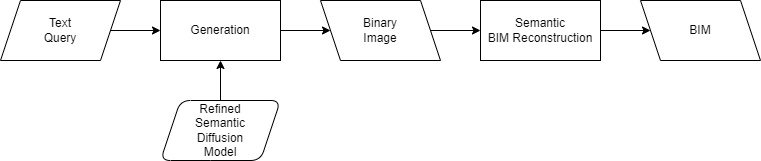
Earlier version of the draw.io export images/semantic_binary_model_gen.drawio.png (AI4SC/bim-diffusion-models). Source tidied: cells renumbered, new cells last; positions are measured from the earlier drawing's top-left corner, leaving out a move shared by most shapes. Source of this version:
```xml
<mxGraphModel>
  <root>
    <mxCell id="0" />
    <mxCell id="1" parent="0" />
    <mxCell id="2" style="edgeStyle=none;html=1;exitX=1;exitY=0.5;exitDx=0;exitDy=0;entryX=0;entryY=0.5;entryDx=0;entryDy=0;" parent="1" edge="1" source="3" target="5">
      <mxGeometry relative="1" as="geometry" />
    </mxCell>
    <mxCell id="3" value="Text&lt;br&gt;Query" style="shape=parallelogram;perimeter=parallelogramPerimeter;whiteSpace=wrap;html=1;fixedSize=1;" parent="1" vertex="1">
      <mxGeometry width="120" height="60" as="geometry" />
    </mxCell>
    <mxCell id="4" value="Binary&lt;br&gt;Image" style="shape=parallelogram;perimeter=parallelogramPerimeter;whiteSpace=wrap;html=1;fixedSize=1;flipH=1;" parent="1" vertex="1">
      <mxGeometry x="320" width="120" height="60" as="geometry" />
    </mxCell>
    <mxCell id="5" value="Generation" style="rounded=0;whiteSpace=wrap;html=1;" parent="1" vertex="1">
      <mxGeometry x="160" width="120" height="60" as="geometry" />
    </mxCell>
    <mxCell id="6" value="BIM" style="shape=parallelogram;perimeter=parallelogramPerimeter;whiteSpace=wrap;html=1;fixedSize=1;flipH=1;" parent="1" vertex="1">
      <mxGeometry x="640" width="120" height="60" as="geometry" />
    </mxCell>
    <mxCell id="7" value="&lt;span style=&quot;border-color: var(--border-color); font-size: calc(var(--scale-factor)*18px); left: calc(var(--scale-factor)*93.98px); top: calc(var(--scale-factor)*114.4px); font-family: sans-serif; transform: scaleX(0.978809);&quot; dir=&quot;ltr&quot; role=&quot;presentation&quot;&gt;Semantic&lt;br&gt;BIM&lt;/span&gt;&lt;span style=&quot;border-color: var(--border-color); font-size: calc(var(--scale-factor)*18px); left: calc(var(--scale-factor)*405.35px); top: calc(var(--scale-factor)*114.4px); font-family: sans-serif;&quot; dir=&quot;ltr&quot; role=&quot;presentation&quot;&gt;&amp;nbsp;&lt;/span&gt;&lt;span style=&quot;border-color: var(--border-color); font-size: calc(var(--scale-factor)*18px); left: calc(var(--scale-factor)*410.14px); top: calc(var(--scale-factor)*114.4px); font-family: sans-serif; transform: scaleX(1.01232);&quot; dir=&quot;ltr&quot; role=&quot;presentation&quot;&gt;Reconstruction&lt;/span&gt;" style="rounded=0;whiteSpace=wrap;html=1;" parent="1" vertex="1">
      <mxGeometry x="480" width="120" height="60" as="geometry" />
    </mxCell>
    <mxCell id="8" style="endArrow=classic;html=1;exitX=1;exitY=0.5;exitDx=0;exitDy=0;entryX=0;entryY=0.5;entryDx=0;entryDy=0;" parent="1" edge="1" source="4" target="7">
      <mxGeometry relative="1" as="geometry" />
    </mxCell>
    <mxCell id="9" style="endArrow=classic;html=1;exitX=1;exitY=0.5;exitDx=0;exitDy=0;entryX=0;entryY=0.5;entryDx=0;entryDy=0;" parent="1" edge="1" source="5" target="4">
      <mxGeometry relative="1" as="geometry" />
    </mxCell>
    <mxCell id="10" style="endArrow=classic;html=1;exitX=1;exitY=0.5;exitDx=0;exitDy=0;entryX=0;entryY=0.5;entryDx=0;entryDy=0;" parent="1" edge="1" source="7" target="6">
      <mxGeometry relative="1" as="geometry" />
    </mxCell>
    <mxCell id="11" value="Refined&lt;br style=&quot;border-color: var(--border-color);&quot;&gt;Semantic&lt;br style=&quot;border-color: var(--border-color);&quot;&gt;Diffusion&lt;br style=&quot;border-color: var(--border-color);&quot;&gt;Model" style="shape=parallelogram;perimeter=parallelogramPerimeter;whiteSpace=wrap;html=1;fixedSize=1;flipH=0;rounded=1;" parent="1" vertex="1">
      <mxGeometry x="160" y="100" width="120" height="60" as="geometry" />
    </mxCell>
    <mxCell id="12" style="endArrow=classic;html=1;exitX=0.5;exitY=0;exitDx=0;exitDy=0;entryX=0.5;entryY=1;entryDx=0;entryDy=0;" parent="1" edge="1" source="11" target="5">
      <mxGeometry relative="1" as="geometry" />
    </mxCell>
  </root>
</mxGraphModel>
```
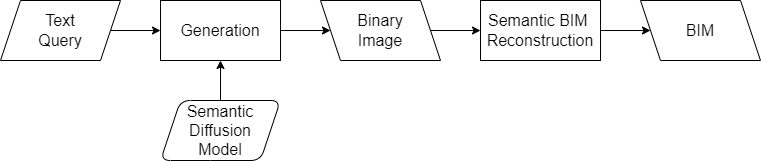
After the commit.

What changed in the source:
```diff
@@ -2,37 +2,37 @@
   <root>
     <mxCell id="0" />
     <mxCell id="1" parent="0" />
-    <mxCell id="2" style="edgeStyle=none;html=1;exitX=1;exitY=0.5;exitDx=0;exitDy=0;entryX=0;entryY=0.5;entryDx=0;entryDy=0;" parent="1" edge="1" source="3" target="5">
+    <mxCell id="2" style="edgeStyle=none;html=1;exitX=1;exitY=0.5;exitDx=0;exitDy=0;entryX=0;entryY=0.5;entryDx=0;entryDy=0;fontSize=16;" parent="1" edge="1" source="3" target="5">
       <mxGeometry relative="1" as="geometry" />
     </mxCell>
-    <mxCell id="3" value="Text&lt;br&gt;Query" style="shape=parallelogram;perimeter=parallelogramPerimeter;whiteSpace=wrap;html=1;fixedSize=1;" parent="1" vertex="1">
+    <mxCell id="3" value="Text&lt;br style=&quot;font-size: 16px;&quot;&gt;Query" style="shape=parallelogram;perimeter=parallelogramPerimeter;whiteSpace=wrap;html=1;fixedSize=1;fontSize=16;" parent="1" vertex="1">
       <mxGeometry width="120" height="60" as="geometry" />
     </mxCell>
-    <mxCell id="4" value="Binary&lt;br&gt;Image" style="shape=parallelogram;perimeter=parallelogramPerimeter;whiteSpace=wrap;html=1;fixedSize=1;flipH=1;" parent="1" vertex="1">
+    <mxCell id="4" value="Binary&lt;br style=&quot;font-size: 16px;&quot;&gt;Image" style="shape=parallelogram;perimeter=parallelogramPerimeter;whiteSpace=wrap;html=1;fixedSize=1;flipH=1;fontSize=16;" parent="1" vertex="1">
       <mxGeometry x="320" width="120" height="60" as="geometry" />
     </mxCell>
-    <mxCell id="5" value="Generation" style="rounded=0;whiteSpace=wrap;html=1;" parent="1" vertex="1">
+    <mxCell id="5" value="Generation" style="rounded=0;whiteSpace=wrap;html=1;fontSize=16;" parent="1" vertex="1">
       <mxGeometry x="160" width="120" height="60" as="geometry" />
     </mxCell>
-    <mxCell id="6" value="BIM" style="shape=parallelogram;perimeter=parallelogramPerimeter;whiteSpace=wrap;html=1;fixedSize=1;flipH=1;" parent="1" vertex="1">
+    <mxCell id="6" value="BIM" style="shape=parallelogram;perimeter=parallelogramPerimeter;whiteSpace=wrap;html=1;fixedSize=1;flipH=1;fontSize=16;" parent="1" vertex="1">
       <mxGeometry x="640" width="120" height="60" as="geometry" />
     </mxCell>
-    <mxCell id="7" value="&lt;span style=&quot;border-color: var(--border-color); font-size: calc(var(--scale-factor)*18px); left: calc(var(--scale-factor)*93.98px); top: calc(var(--scale-factor)*114.4px); font-family: sans-serif; transform: scaleX(0.978809);&quot; dir=&quot;ltr&quot; role=&quot;presentation&quot;&gt;Semantic&lt;br&gt;BIM&lt;/span&gt;&lt;span style=&quot;border-color: var(--border-color); font-size: calc(var(--scale-factor)*18px); left: calc(var(--scale-factor)*405.35px); top: calc(var(--scale-factor)*114.4px); font-family: sans-serif;&quot; dir=&quot;ltr&quot; role=&quot;presentation&quot;&gt;&amp;nbsp;&lt;/span&gt;&lt;span style=&quot;border-color: var(--border-color); font-size: calc(var(--scale-factor)*18px); left: calc(var(--scale-factor)*410.14px); top: calc(var(--scale-factor)*114.4px); font-family: sans-serif; transform: scaleX(1.01232);&quot; dir=&quot;ltr&quot; role=&quot;presentation&quot;&gt;Reconstruction&lt;/span&gt;" style="rounded=0;whiteSpace=wrap;html=1;" parent="1" vertex="1">
+    <mxCell id="7" value="&lt;span style=&quot;border-color: var(--border-color); font-size: 16px; left: calc(var(--scale-factor)*93.98px); top: calc(var(--scale-factor)*114.4px); font-family: sans-serif; transform: scaleX(0.978809);&quot; dir=&quot;ltr&quot; role=&quot;presentation&quot;&gt;Semantic BIM&lt;/span&gt;&lt;span style=&quot;border-color: var(--border-color); font-size: 16px; left: calc(var(--scale-factor)*405.35px); top: calc(var(--scale-factor)*114.4px); font-family: sans-serif;&quot; dir=&quot;ltr&quot; role=&quot;presentation&quot;&gt;&amp;nbsp;&lt;br&gt;&lt;/span&gt;&lt;span style=&quot;border-color: var(--border-color); font-size: 16px; left: calc(var(--scale-factor)*410.14px); top: calc(var(--scale-factor)*114.4px); font-family: sans-serif; transform: scaleX(1.01232);&quot; dir=&quot;ltr&quot; role=&quot;presentation&quot;&gt;Reconstruction&lt;/span&gt;" style="rounded=0;whiteSpace=wrap;html=1;fontSize=16;" parent="1" vertex="1">
       <mxGeometry x="480" width="120" height="60" as="geometry" />
     </mxCell>
-    <mxCell id="8" style="endArrow=classic;html=1;exitX=1;exitY=0.5;exitDx=0;exitDy=0;entryX=0;entryY=0.5;entryDx=0;entryDy=0;" parent="1" edge="1" source="4" target="7">
+    <mxCell id="8" style="endArrow=classic;html=1;exitX=1;exitY=0.5;exitDx=0;exitDy=0;entryX=0;entryY=0.5;entryDx=0;entryDy=0;fontSize=16;" parent="1" edge="1" source="4" target="7">
       <mxGeometry relative="1" as="geometry" />
     </mxCell>
-    <mxCell id="9" style="endArrow=classic;html=1;exitX=1;exitY=0.5;exitDx=0;exitDy=0;entryX=0;entryY=0.5;entryDx=0;entryDy=0;" parent="1" edge="1" source="5" target="4">
+    <mxCell id="9" style="endArrow=classic;html=1;exitX=1;exitY=0.5;exitDx=0;exitDy=0;entryX=0;entryY=0.5;entryDx=0;entryDy=0;fontSize=16;" parent="1" edge="1" source="5" target="4">
       <mxGeometry relative="1" as="geometry" />
     </mxCell>
-    <mxCell id="10" style="endArrow=classic;html=1;exitX=1;exitY=0.5;exitDx=0;exitDy=0;entryX=0;entryY=0.5;entryDx=0;entryDy=0;" parent="1" edge="1" source="7" target="6">
+    <mxCell id="10" style="endArrow=classic;html=1;exitX=1;exitY=0.5;exitDx=0;exitDy=0;entryX=0;entryY=0.5;entryDx=0;entryDy=0;fontSize=16;" parent="1" edge="1" source="7" target="6">
       <mxGeometry relative="1" as="geometry" />
     </mxCell>
-    <mxCell id="11" value="Refined&lt;br style=&quot;border-color: var(--border-color);&quot;&gt;Semantic&lt;br style=&quot;border-color: var(--border-color);&quot;&gt;Diffusion&lt;br style=&quot;border-color: var(--border-color);&quot;&gt;Model" style="shape=parallelogram;perimeter=parallelogramPerimeter;whiteSpace=wrap;html=1;fixedSize=1;flipH=0;rounded=1;" parent="1" vertex="1">
+    <mxCell id="11" value="Semantic&lt;br style=&quot;border-color: var(--border-color); font-size: 16px;&quot;&gt;Diffusion&lt;br style=&quot;border-color: var(--border-color); font-size: 16px;&quot;&gt;Model" style="shape=parallelogram;perimeter=parallelogramPerimeter;whiteSpace=wrap;html=1;fixedSize=1;flipH=0;rounded=1;fontSize=16;" parent="1" vertex="1">
       <mxGeometry x="160" y="100" width="120" height="60" as="geometry" />
     </mxCell>
-    <mxCell id="12" style="endArrow=classic;html=1;exitX=0.5;exitY=0;exitDx=0;exitDy=0;entryX=0.5;entryY=1;entryDx=0;entryDy=0;" parent="1" edge="1" source="11" target="5">
+    <mxCell id="12" style="endArrow=classic;html=1;exitX=0.5;exitY=0;exitDx=0;exitDy=0;entryX=0.5;entryY=1;entryDx=0;entryDy=0;fontSize=16;" parent="1" edge="1" source="11" target="5">
       <mxGeometry relative="1" as="geometry" />
     </mxCell>
   </root>
```
